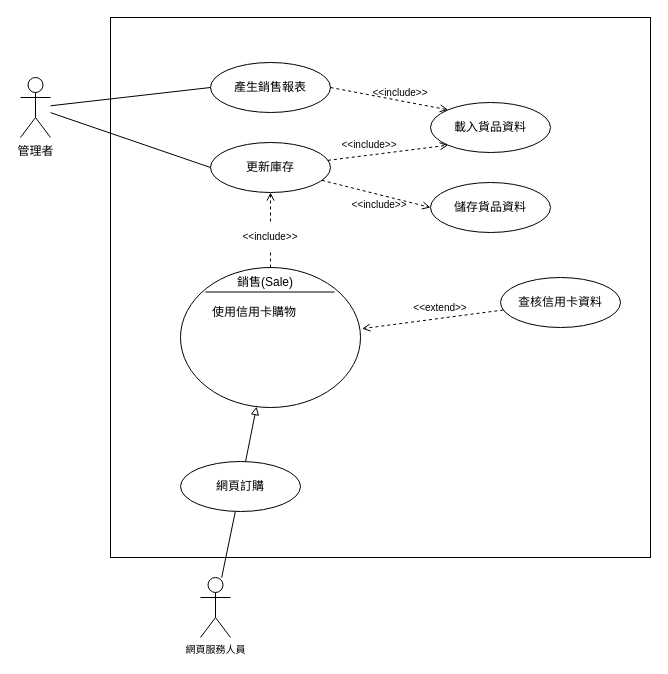
Above: 使用者案例.drawio in calvink11/project (draw.io), before the change. Source tidied: cells renumbered, new cells numbered last; positions are measured from the earlier drawing's top-left corner, leaving out a move shared by most shapes. Both pictures are drawn from the tidied source at 100%, with x=0, y=0 at pixel (20, 17).
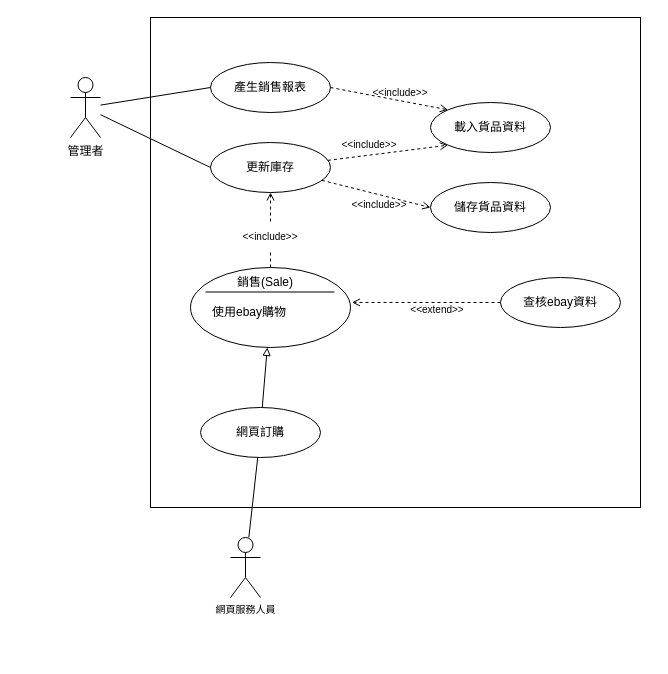
The same diagram, later.

Change to the diagram source:
```diff
@@
     <mxCell id="2" style="whiteSpace=wrap;html=1;strokeWidth=1;fontSize=12;fillColor=none;" parent="1" vertex="1">
-      <mxGeometry x="90" width="540" height="540" as="geometry" />
+      <mxGeometry x="130" width="490" height="490" as="geometry" />
     </mxCell>
@@
     <mxCell id="5" value="管理者" style="shape=umlActor;verticalLabelPosition=bottom;verticalAlign=top;html=1;outlineConnect=0;" parent="1" vertex="1">
-      <mxGeometry y="60" width="30" height="60" as="geometry" />
+      <mxGeometry x="50" y="60" width="30" height="60" as="geometry" />
     </mxCell>
@@
-    <mxCell id="8" value="使用信用卡購物" style="text;html=1;strokeColor=none;fillColor=none;align=left;verticalAlign=middle;whiteSpace=wrap;rounded=0;fontSize=12;" parent="1" vertex="1">
+    <mxCell id="8" value="使用ebay購物" style="text;html=1;strokeColor=none;fillColor=none;align=left;verticalAlign=middle;whiteSpace=wrap;rounded=0;fontSize=12;" parent="1" vertex="1">
       <mxGeometry x="190" y="280" width="130" height="30" as="geometry" />
     </mxCell>
@@
-    <mxCell id="10" value="查核信用卡資料" style="ellipse;whiteSpace=wrap;html=1;fillColor=none;" parent="1" vertex="1">
+    <mxCell id="10" value="查核ebay資料" style="ellipse;whiteSpace=wrap;html=1;fillColor=none;" parent="1" vertex="1">
       <mxGeometry x="480" y="260" width="120" height="50" as="geometry" />
     </mxCell>
@@
+    <mxCell id="19" style="ellipse;whiteSpace=wrap;html=1;fillColor=none;" parent="1" vertex="1">
+      <mxGeometry x="170" y="250" width="160" height="80" as="geometry" />
+    </mxCell>
@@
-    <mxCell id="19" style="ellipse;whiteSpace=wrap;html=1;fillColor=none;" parent="1" vertex="1">
-      <mxGeometry x="160" y="250" width="180" height="140" as="geometry" />
-    </mxCell>
@@
     <mxCell id="25" value="&amp;lt;&amp;lt;extend&amp;gt;&amp;gt;" style="text;html=1;strokeColor=none;fillColor=none;align=center;verticalAlign=middle;whiteSpace=wrap;rounded=0;fontSize=10;" parent="1" vertex="1">
-      <mxGeometry x="390" y="275" width="60" height="30" as="geometry" />
+      <mxGeometry x="387" y="277" width="60" height="30" as="geometry" />
     </mxCell>
@@
     <mxCell id="27" value="網頁訂購" style="ellipse;whiteSpace=wrap;html=1;fillColor=none;" parent="1" vertex="1">
-      <mxGeometry x="160" y="444" width="120" height="50" as="geometry" />
+      <mxGeometry x="180" y="390" width="120" height="50" as="geometry" />
     </mxCell>
@@
     <mxCell id="29" value="網頁服務人員" style="shape=umlActor;verticalLabelPosition=bottom;verticalAlign=top;html=1;outlineConnect=0;strokeWidth=1;fontSize=10;fillColor=none;" parent="1" vertex="1">
-      <mxGeometry x="180" y="560" width="30" height="60" as="geometry" />
+      <mxGeometry x="210" y="520" width="30" height="60" as="geometry" />
     </mxCell>
```
